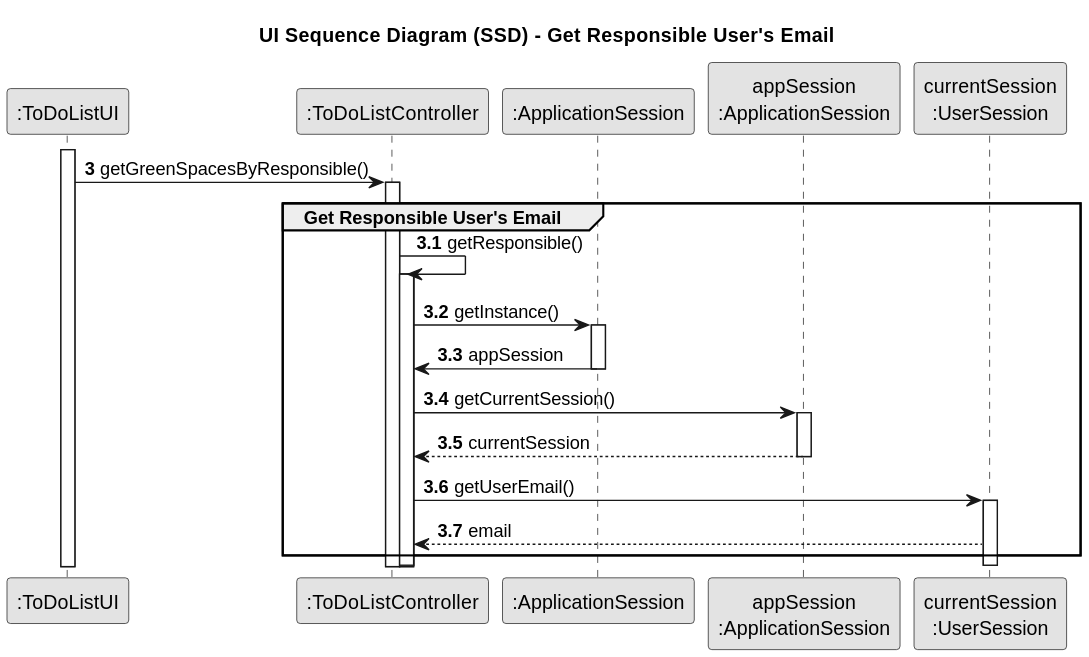
Earlier version of the PlantUML export docs/sprintC/us021/03.design/svg/us021-sequence-diagram-partial-get-responsible-email-UI_Sequence_Diagram__SSD____Get_Responsible_User_s_Email.svg (SAEmanuel/Green_Spaces_Management_ISEP).
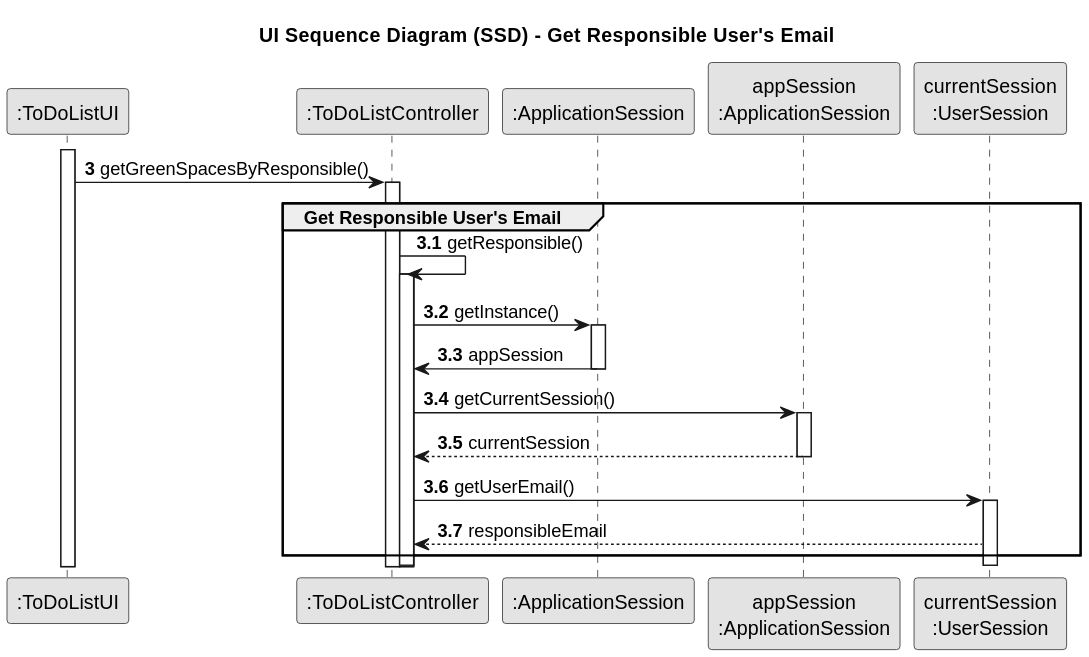
The same diagram one commit later.

The edit, as a diff of the source:
```diff
@@ -39,7 +39,7 @@
 
 CTRL -> SESSAO: getUserEmail()
 activate SESSAO
-SESSAO --> CTRL: email
+SESSAO --> CTRL: responsibleEmail
 end
 deactivate SESSAO
 
```
